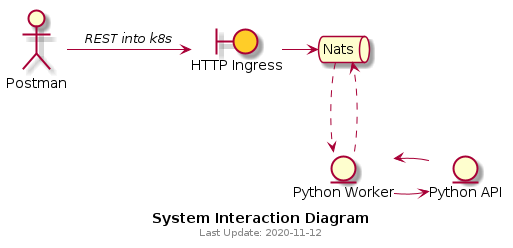
Above: docs/interactions_highlighted.png in teedee22/microservice-http-ingress-proxy (PlantUML), before the change.
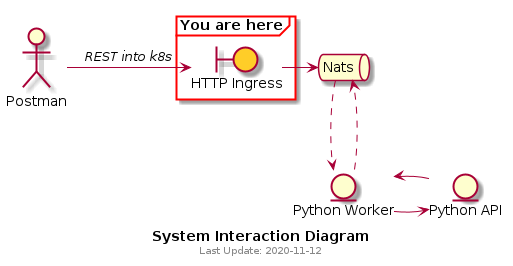
Above is the later version.

Commit message:
update plantuml to show where docs are

Diff of the diagram source:
```diff
@@ -1,11 +1,17 @@
 @startuml
 
+
+skinparam frame {
+    borderColor Red
+}
 
 caption <b>System Interaction Diagram</b>
 footer  Last Update: 2020-11-12
 
 actor postman as "Postman"
+frame "You are here" {
 boundary http_ingress as "HTTP Ingress" #FFCD28
+}
 queue nats as "Nats"
 entity python_worker as "Python Worker"
 entity python_api as "Python API"
```
